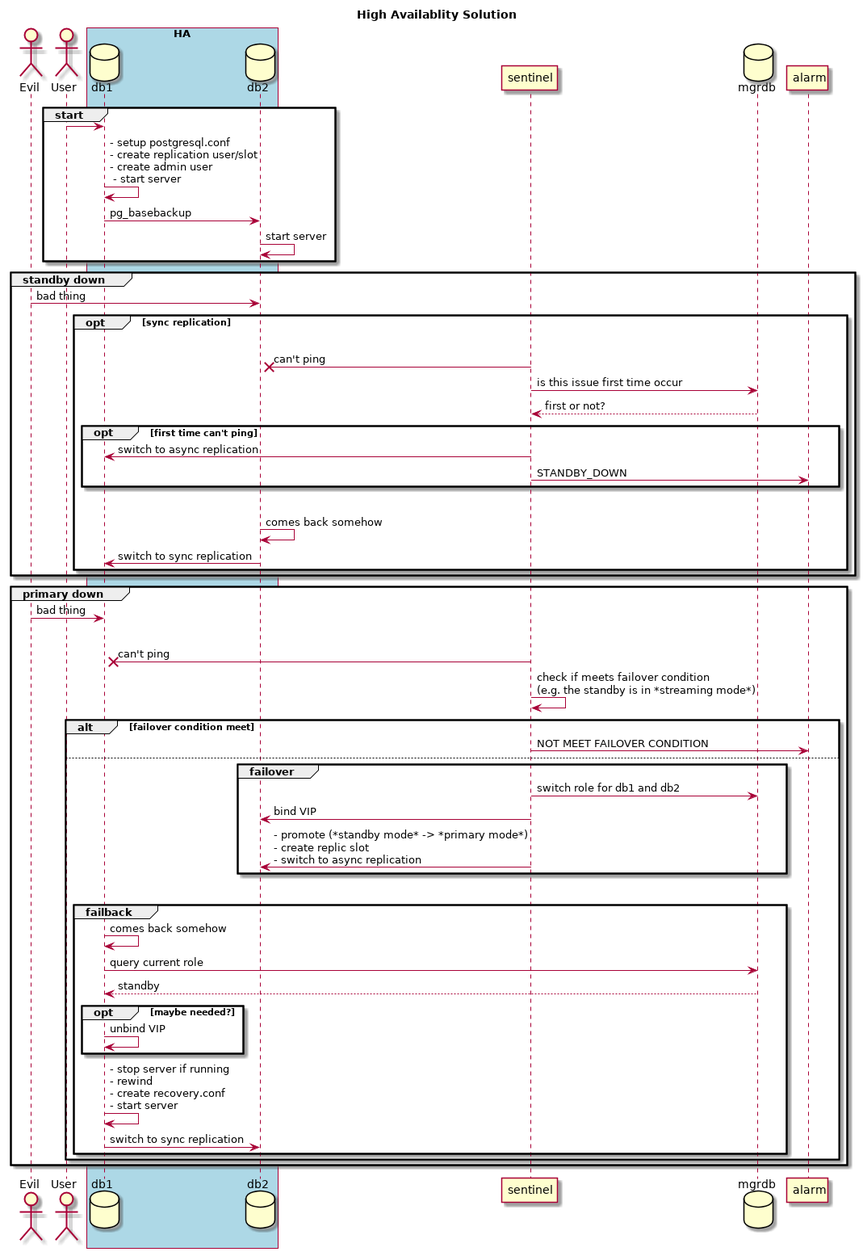
Earlier version of the PlantUML export postgresql/doc/ha.png (magodo/docker_practice). The source it was exported from:
```plantuml
@startuml
title High Availablity Solution

actor Evil
actor User

box "HA" #LightBlue
    database db1
    database db2
end box
participant sentinel
database mgrdb
participant alarm

group start
    User -> db1
    db1 -> db1: - setup postgresql.conf\n- create replication user/slot\n- create admin user\n - start server
    db1 -> db2: pg_basebackup
    db2 -> db2: start server
end

group standby down
    Evil -> db2: bad thing
    opt sync replication
        |||
        sentinel ->x db2: can't ping
        sentinel -> mgrdb: is this issue first time occur
        sentinel <-- mgrdb: first or not?
        opt first time can't ping
            sentinel -> db1: switch to async replication
            sentinel -> alarm: STANDBY_DOWN
        end
        |||
        db2 -> db2: comes back somehow
        db2 -> db1: switch to sync replication
    end
end

group primary down
    Evil -> db1: bad thing
    |||
    sentinel ->x db1: can't ping
    sentinel -> sentinel: check if meets failover condition\n(e.g. the standby is in *streaming mode*)
    alt failover condition meet
        sentinel -> alarm: NOT MEET FAILOVER CONDITION
    else
        group failover
            sentinel -> mgrdb: switch role for db1 and db2
            sentinel -> db2: bind VIP
            sentinel -> db2: - promote (*standby mode* -> *primary mode*)\n- create replic slot\n- switch to async replication
        end
        |||
        group failback
            db1 -> db1: comes back somehow
            db1 -> mgrdb: query current role
            db1 <-- mgrdb: standby
            opt maybe needed?
                db1 -> db1: unbind VIP
            end
            db1 -> db1: - stop server if running\n- rewind\n- create recovery.conf\n- start server
            db1 -> db2: switch to sync replication
        end
    end
end


@enduml
```
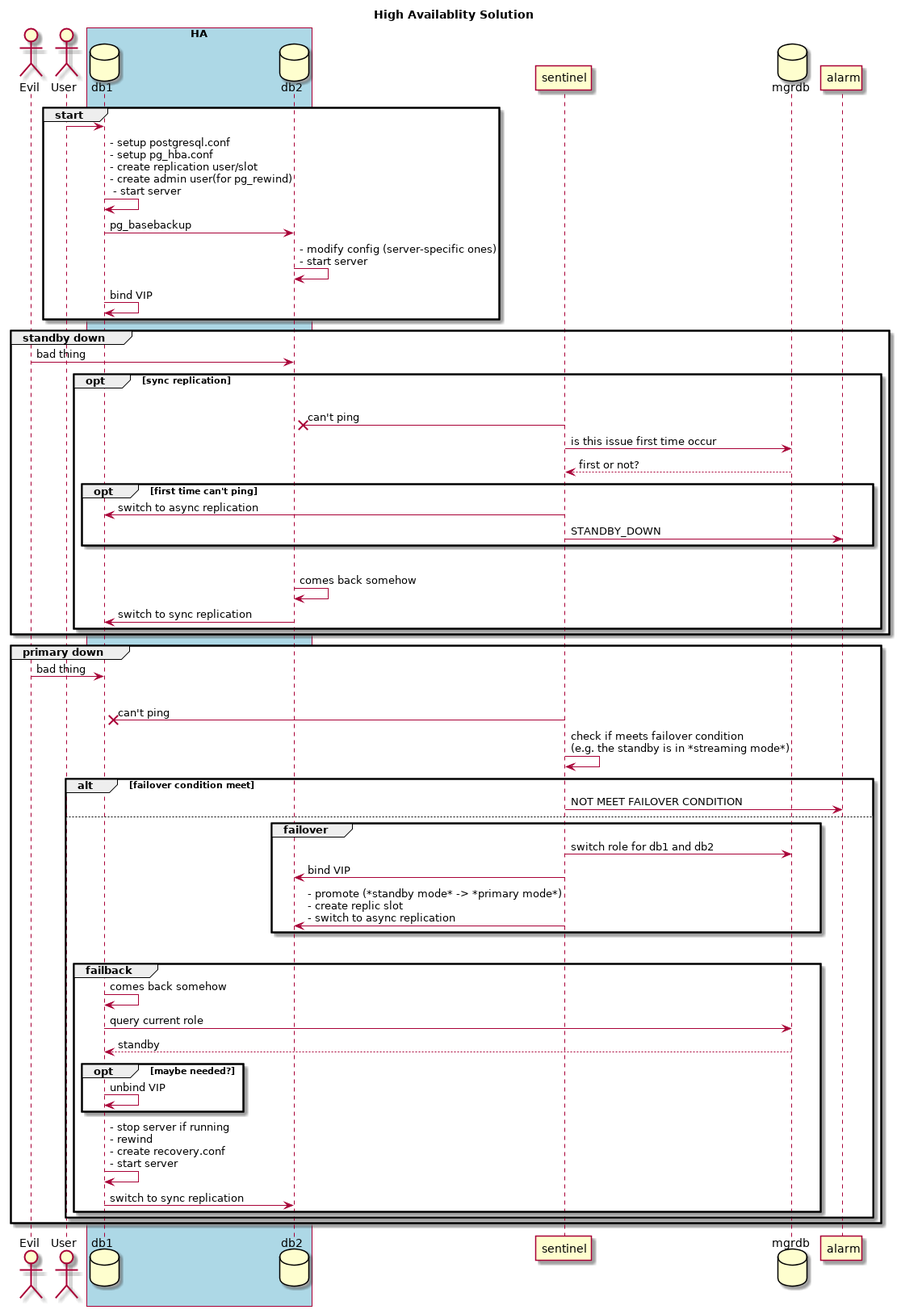
The same file after the commit.

Change to the diagram source:
```diff
@@ -14,9 +14,10 @@
 
 group start
     User -> db1
-    db1 -> db1: - setup postgresql.conf\n- create replication user/slot\n- create admin user\n - start server
+    db1 -> db1: - setup postgresql.conf\n- setup pg_hba.conf\n- create replication user/slot\n- create admin user(for pg_rewind)\n - start server
     db1 -> db2: pg_basebackup
-    db2 -> db2: start server
+    db2 -> db2: - modify config (server-specific ones)\n- start server
+    db1 -> db1: bind VIP
 end
 
 group standby down
```
